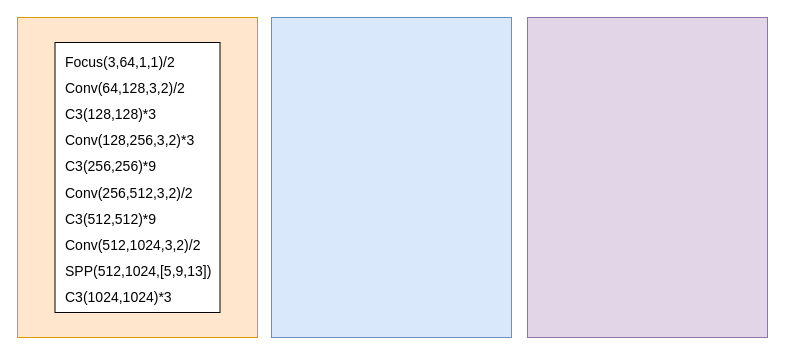
duoduodanmohen/deep-learning-for-image-processing keeps this draw.io diagram as 未命名绘图.drawio. Above is the earlier version. Source tidied: cells renumbered, new cells numbered last; positions are measured from the earlier drawing's top-left corner, leaving out a move shared by most shapes. Both pictures are drawn from the tidied source at 100%, with x=0, y=0 at pixel (17, 17).
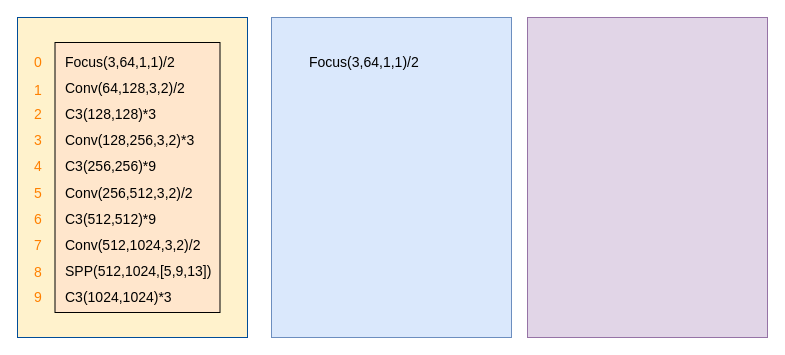
The same page after the edit.

Commit message:
YOLOv5模型结构

Diff of the diagram source:
```diff
@@
-    <mxCell id="2" style="whiteSpace=wrap;html=1;strokeColor=#d79b00;fillColor=#ffe6cc;" parent="1" vertex="1">
-      <mxGeometry width="240" height="320" as="geometry" />
+    <mxCell id="2" style="whiteSpace=wrap;html=1;strokeColor=#004C99;fillColor=#fff2cc;fontFamily=Helvetica;" parent="1" vertex="1">
+      <mxGeometry width="230" height="320" as="geometry" />
     </mxCell>
-    <mxCell id="3" style="whiteSpace=wrap;html=1;strokeColor=#6c8ebf;fillColor=#dae8fc;" parent="1" vertex="1">
+    <mxCell id="3" style="whiteSpace=wrap;html=1;strokeColor=#6c8ebf;fillColor=#dae8fc;align=left;" parent="1" vertex="1">
       <mxGeometry x="254" width="240" height="320" as="geometry" />
     </mxCell>
@@
-    <mxCell id="5" style="rounded=0;whiteSpace=wrap;html=1;strokeColor=#000000;" parent="1" vertex="1">
+    <mxCell id="5" style="rounded=0;whiteSpace=wrap;html=1;strokeColor=#000000;fillColor=#FFE6CC;" parent="1" vertex="1">
       <mxGeometry x="37.5" y="25" width="165" height="270" as="geometry" />
     </mxCell>
@@
+    <mxCell id="16" value="&lt;font style=&quot;font-size: 14px&quot;&gt;Focus(3,64,1,1)/2&lt;/font&gt;" style="text;html=1;strokeColor=none;fillColor=none;align=left;verticalAlign=middle;whiteSpace=wrap;rounded=0;" parent="1" vertex="1">
+      <mxGeometry x="290" y="30" width="60" height="30" as="geometry" />
+    </mxCell>
+    <mxCell id="17" value="&lt;font style=&quot;font-size: 14px&quot;&gt;0&lt;/font&gt;" style="text;html=1;strokeColor=none;fillColor=none;align=left;verticalAlign=middle;whiteSpace=wrap;rounded=0;fontColor=#FF8000;" parent="1" vertex="1">
+      <mxGeometry x="14.5" y="30" width="30" height="30" as="geometry" />
+    </mxCell>
+    <mxCell id="18" value="&lt;font style=&quot;font-size: 14px&quot;&gt;1&lt;/font&gt;" style="text;html=1;strokeColor=none;fillColor=none;align=left;verticalAlign=middle;whiteSpace=wrap;rounded=0;fontColor=#FF8000;" parent="1" vertex="1">
+      <mxGeometry x="14.5" y="56" width="30" height="34" as="geometry" />
+    </mxCell>
+    <mxCell id="19" value="&lt;font style=&quot;font-size: 14px&quot;&gt;2&lt;/font&gt;" style="text;html=1;strokeColor=none;fillColor=none;align=left;verticalAlign=middle;whiteSpace=wrap;rounded=0;fontColor=#FF8000;" parent="1" vertex="1">
+      <mxGeometry x="14.5" y="82" width="30" height="30" as="geometry" />
+    </mxCell>
+    <mxCell id="20" value="&lt;font style=&quot;font-size: 14px&quot;&gt;3&lt;/font&gt;" style="text;html=1;strokeColor=none;fillColor=none;align=left;verticalAlign=middle;whiteSpace=wrap;rounded=0;fontColor=#FF8000;" parent="1" vertex="1">
+      <mxGeometry x="14.5" y="108" width="30" height="30" as="geometry" />
+    </mxCell>
+    <mxCell id="21" value="&lt;font style=&quot;font-size: 14px&quot;&gt;4&lt;/font&gt;" style="text;html=1;strokeColor=none;fillColor=none;align=left;verticalAlign=middle;whiteSpace=wrap;rounded=0;fontColor=#FF8000;" parent="1" vertex="1">
+      <mxGeometry x="14.5" y="134" width="30" height="30" as="geometry" />
+    </mxCell>
+    <mxCell id="22" value="&lt;font style=&quot;font-size: 14px&quot;&gt;5&lt;/font&gt;" style="text;html=1;strokeColor=none;fillColor=none;align=left;verticalAlign=middle;whiteSpace=wrap;rounded=0;fontColor=#FF8000;" parent="1" vertex="1">
+      <mxGeometry x="14.5" y="161" width="30" height="30" as="geometry" />
+    </mxCell>
+    <mxCell id="23" value="&lt;font style=&quot;font-size: 14px&quot;&gt;6&lt;/font&gt;" style="text;html=1;strokeColor=none;fillColor=none;align=left;verticalAlign=middle;whiteSpace=wrap;rounded=0;fontColor=#FF8000;" parent="1" vertex="1">
+      <mxGeometry x="14.5" y="187" width="30" height="30" as="geometry" />
+    </mxCell>
+    <mxCell id="24" value="&lt;font style=&quot;font-size: 14px&quot;&gt;7&lt;/font&gt;" style="text;html=1;strokeColor=none;fillColor=none;align=left;verticalAlign=middle;whiteSpace=wrap;rounded=0;fontColor=#FF8000;" parent="1" vertex="1">
+      <mxGeometry x="14.5" y="213" width="30" height="30" as="geometry" />
+    </mxCell>
+    <mxCell id="25" value="&lt;font style=&quot;font-size: 14px&quot;&gt;8&lt;/font&gt;" style="text;html=1;strokeColor=none;fillColor=none;align=left;verticalAlign=middle;whiteSpace=wrap;rounded=0;fontColor=#FF8000;" parent="1" vertex="1">
+      <mxGeometry x="14.5" y="240" width="30" height="29" as="geometry" />
+    </mxCell>
+    <mxCell id="26" value="&lt;font style=&quot;font-size: 14px&quot;&gt;9&lt;/font&gt;" style="text;html=1;strokeColor=none;fillColor=none;align=left;verticalAlign=middle;whiteSpace=wrap;rounded=0;fontColor=#FF8000;" parent="1" vertex="1">
+      <mxGeometry x="14.5" y="265" width="30" height="30" as="geometry" />
+    </mxCell>
```
